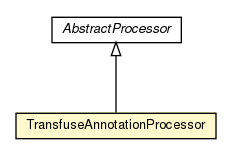
Before: javadocs/main/org/androidtransfuse/TransfuseAnnotationProcessor.png, a diagram exported from Graphviz (johncarl81/transfuse). Its source is kept beside it as javadocs/main/org/androidtransfuse/TransfuseAnnotationProcessor.dot.
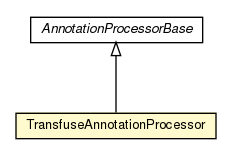
The same file after the commit.

The edit, as a diff of the source:
```diff
@@ -4,15 +4,15 @@
 	node [fontname="Helvetica",fontsize=10,shape=plaintext];
 	nodesep=0.25;
 	ranksep=0.5;
-	c54261 [label=<<table title="org.androidtransfuse.TransfuseAnnotationProcessor" border="0" cellborder="1" cellspacing="0" cellpadding="2" port="p" bgcolor="lemonChiffon" href="./TransfuseAnnotationProcessor.html">
+	c59700 [label=<<table title="org.androidtransfuse.AnnotationProcessorBase" border="0" cellborder="1" cellspacing="0" cellpadding="2" port="p" href="./AnnotationProcessorBase.html">
+		<tr><td><table border="0" cellspacing="0" cellpadding="1">
+<tr><td align="center" balign="center"><font face="Helvetica-Oblique"> AnnotationProcessorBase </font></td></tr>
+		</table></td></tr>
+		</table>>, fontname="Helvetica", fontcolor="black", fontsize=10.0];
+	c59701 [label=<<table title="org.androidtransfuse.TransfuseAnnotationProcessor" border="0" cellborder="1" cellspacing="0" cellpadding="2" port="p" bgcolor="lemonChiffon" href="./TransfuseAnnotationProcessor.html">
 		<tr><td><table border="0" cellspacing="0" cellpadding="1">
 <tr><td align="center" balign="center"> TransfuseAnnotationProcessor </td></tr>
 		</table></td></tr>
 		</table>>, fontname="Helvetica", fontcolor="black", fontsize=10.0];
-	c54406:p -> c54261:p [dir=back,arrowtail=empty];
-	c54406 [label=<<table title="javax.annotation.processing.AbstractProcessor" border="0" cellborder="1" cellspacing="0" cellpadding="2" port="p" href="http://java.sun.com/j2se/1.4.2/docs/api/javax/annotation/processing/AbstractProcessor.html">
-		<tr><td><table border="0" cellspacing="0" cellpadding="1">
-<tr><td align="center" balign="center"><font face="Helvetica-Oblique"> AbstractProcessor </font></td></tr>
-		</table></td></tr>
-		</table>>, fontname="Helvetica", fontcolor="black", fontsize=10.0];
+	c59700:p -> c59701:p [dir=back,arrowtail=empty];
 }
```
